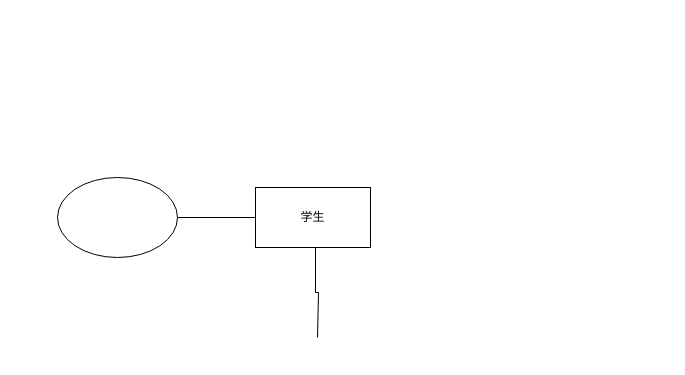
Above: orcale作业.drawio in qiuquanhui/images (draw.io), before the change. Source tidied: cells renumbered, new cells numbered last; positions are measured from the earlier drawing's top-left corner, leaving out a move shared by most shapes. Both pictures are drawn from the tidied source at 100%, with x=0, y=0 at pixel (57, 177).
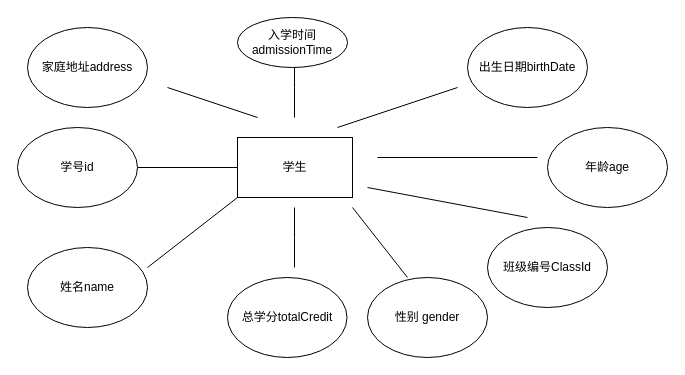
The same diagram, later.

The edit, as a diff of the source:
```diff
@@
-    <mxCell id="2" style="edgeStyle=orthogonalEdgeStyle;rounded=0;jettySize=auto;html=1;endArrow=none;endFill=0;" parent="1" edge="1" source="4">
-      <mxGeometry relative="1" as="geometry">
-        <mxPoint x="260" y="160" as="targetPoint" />
-        <Array as="points">
-          <mxPoint x="258" y="115" />
-          <mxPoint x="261" y="115" />
-        </Array>
-      </mxGeometry>
-    </mxCell>
@@
     <mxCell id="4" value="学生" style="rounded=0;whiteSpace=wrap;html=1;" parent="1" vertex="1">
-      <mxGeometry x="198" y="10" width="115" height="60" as="geometry" />
+      <mxGeometry x="180" y="-40" width="115" height="60" as="geometry" />
     </mxCell>
-    <mxCell id="5" style="ellipse;whiteSpace=wrap;html=1;" parent="1" vertex="1">
-      <mxGeometry width="120" height="80" as="geometry" />
+    <mxCell id="5" value="学号id" style="ellipse;whiteSpace=wrap;html=1;" parent="1" vertex="1">
+      <mxGeometry x="-40" y="-50" width="120" height="80" as="geometry" />
     </mxCell>
+    <mxCell id="6" value="总学分totalCredit&lt;br&gt;" style="ellipse;whiteSpace=wrap;html=1;rounded=0;" parent="1" vertex="1">
+      <mxGeometry x="170" y="100" width="119.5" height="80" as="geometry" />
+    </mxCell>
+    <mxCell id="7" value="姓名name" style="ellipse;whiteSpace=wrap;html=1;" parent="1" vertex="1">
+      <mxGeometry x="-30" y="70" width="120" height="80" as="geometry" />
+    </mxCell>
+    <mxCell id="8" style="endArrow=none;html=1;rounded=0;" parent="1" edge="1">
+      <mxGeometry relative="1" as="geometry">
+        <mxPoint x="90" y="90" as="sourcePoint" />
+        <mxPoint x="180" y="20" as="targetPoint" />
+      </mxGeometry>
+    </mxCell>
+    <mxCell id="9" style="endArrow=none;html=1;rounded=0;" parent="1" edge="1">
+      <mxGeometry relative="1" as="geometry">
+        <mxPoint x="237" y="90" as="sourcePoint" />
+        <mxPoint x="237" y="30" as="targetPoint" />
+        <Array as="points">
+          <mxPoint x="237" y="60" />
+        </Array>
+      </mxGeometry>
+    </mxCell>
+    <mxCell id="10" style="endArrow=none;html=1;rounded=0;" parent="1" edge="1">
+      <mxGeometry relative="1" as="geometry">
+        <mxPoint x="295" y="30" as="sourcePoint" />
+        <mxPoint x="350" y="100" as="targetPoint" />
+      </mxGeometry>
+    </mxCell>
+    <mxCell id="11" value="性别 gender" style="ellipse;whiteSpace=wrap;html=1;" parent="1" vertex="1">
+      <mxGeometry x="310" y="100" width="120" height="80" as="geometry" />
+    </mxCell>
+    <mxCell id="12" style="endArrow=none;html=1;rounded=0;" parent="1" edge="1">
+      <mxGeometry relative="1" as="geometry">
+        <mxPoint x="310" y="10" as="sourcePoint" />
+        <mxPoint x="470" y="40" as="targetPoint" />
+      </mxGeometry>
+    </mxCell>
+    <mxCell id="13" value="班级编号ClassId" style="ellipse;whiteSpace=wrap;html=1;" parent="1" vertex="1">
+      <mxGeometry x="430" y="50" width="120" height="80" as="geometry" />
+    </mxCell>
+    <mxCell id="14" style="endArrow=none;html=1;rounded=0;" parent="1" edge="1">
+      <mxGeometry relative="1" as="geometry">
+        <mxPoint x="320" y="-20" as="sourcePoint" />
+        <mxPoint x="480" y="-20" as="targetPoint" />
+      </mxGeometry>
+    </mxCell>
+    <mxCell id="15" value="年龄age" style="ellipse;whiteSpace=wrap;html=1;" parent="1" vertex="1">
+      <mxGeometry x="490" y="-50" width="120" height="80" as="geometry" />
+    </mxCell>
+    <mxCell id="16" style="endArrow=none;html=1;rounded=0;" parent="1" edge="1">
+      <mxGeometry relative="1" as="geometry">
+        <mxPoint x="280" y="-50" as="sourcePoint" />
+        <mxPoint x="400" y="-90" as="targetPoint" />
+      </mxGeometry>
+    </mxCell>
+    <mxCell id="17" value="出生日期birthDate" style="ellipse;whiteSpace=wrap;html=1;" parent="1" vertex="1">
+      <mxGeometry x="410" y="-150" width="120" height="80" as="geometry" />
+    </mxCell>
+    <mxCell id="18" style="endArrow=none;html=1;rounded=0;" parent="1" edge="1">
+      <mxGeometry relative="1" as="geometry">
+        <mxPoint x="200" y="-60" as="sourcePoint" />
+        <mxPoint x="110" y="-90" as="targetPoint" />
+      </mxGeometry>
+    </mxCell>
+    <mxCell id="19" value="家庭地址address" style="ellipse;whiteSpace=wrap;html=1;" parent="1" vertex="1">
+      <mxGeometry x="-30" y="-150" width="120" height="80" as="geometry" />
+    </mxCell>
+    <mxCell id="20" style="endArrow=none;html=1;rounded=0;" parent="1" edge="1">
+      <mxGeometry relative="1" as="geometry">
+        <mxPoint x="237" y="-60" as="sourcePoint" />
+        <mxPoint x="237" y="-120" as="targetPoint" />
+        <Array as="points">
+          <mxPoint x="237" y="-90" />
+        </Array>
+      </mxGeometry>
+    </mxCell>
+    <mxCell id="21" value="入学时间admissionTime" style="ellipse;whiteSpace=wrap;html=1;" parent="1" vertex="1">
+      <mxGeometry x="180" y="-160" width="110" height="50" as="geometry" />
+    </mxCell>
```
